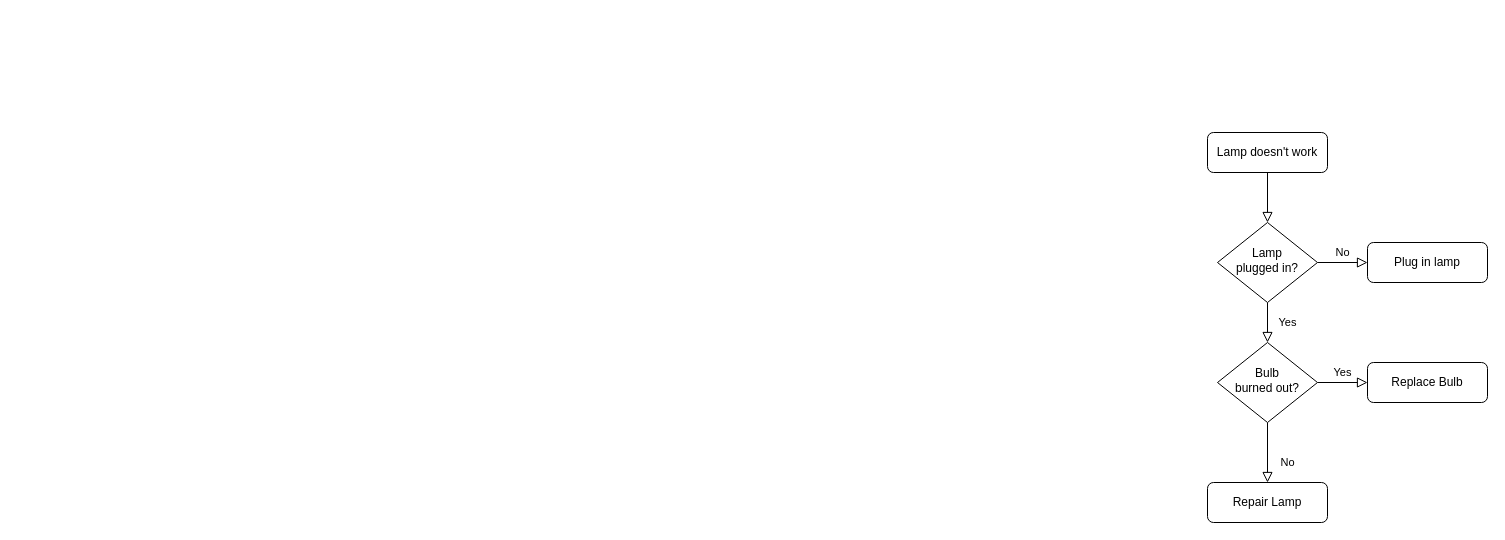
Above: 未命名绘图.drawio in ZhanyuanLi/yolov5_annotation (draw.io), before the change. Source tidied: cells renumbered, new cells numbered last; positions are measured from the earlier drawing's top-left corner, leaving out a move shared by most shapes. Both pictures are drawn from the tidied source at 100%, with x=0, y=0 at pixel (1207, 132).
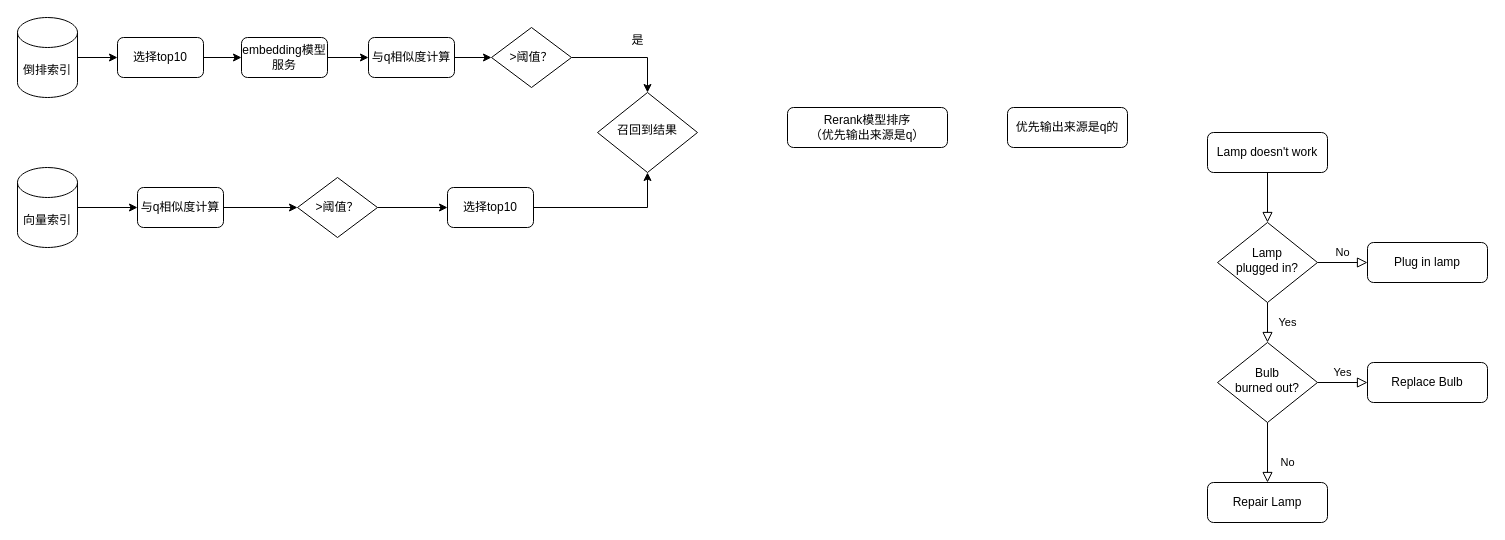
Above is the later version.

Change to the diagram source:
```diff
@@
+    <mxCell id="13" style="edgeStyle=orthogonalEdgeStyle;rounded=0;jettySize=auto;html=1;" parent="1" edge="1" source="14" target="22">
+      <mxGeometry relative="1" as="geometry" />
+    </mxCell>
+    <mxCell id="14" value="倒排索引" style="shape=cylinder3;whiteSpace=wrap;html=1;boundedLbl=1;backgroundOutline=1;size=15;" parent="1" vertex="1">
+      <mxGeometry x="-1190" y="-115" width="60" height="80" as="geometry" />
+    </mxCell>
+    <mxCell id="15" style="edgeStyle=orthogonalEdgeStyle;rounded=0;jettySize=auto;html=1;" parent="1" edge="1" source="16" target="26">
+      <mxGeometry relative="1" as="geometry" />
+    </mxCell>
+    <mxCell id="16" value="向量索引" style="shape=cylinder3;whiteSpace=wrap;html=1;boundedLbl=1;backgroundOutline=1;size=15;" parent="1" vertex="1">
+      <mxGeometry x="-1190" y="35" width="60" height="80" as="geometry" />
+    </mxCell>
+    <mxCell id="17" style="edgeStyle=orthogonalEdgeStyle;rounded=0;jettySize=auto;html=1;" parent="1" edge="1" source="18" target="24">
+      <mxGeometry relative="1" as="geometry" />
+    </mxCell>
+    <mxCell id="18" value="embedding模型服务" style="rounded=1;whiteSpace=wrap;html=1;fontSize=12;glass=0;strokeWidth=1;shadow=0;" parent="1" vertex="1">
+      <mxGeometry x="-966" y="-95" width="86" height="40" as="geometry" />
+    </mxCell>
+    <mxCell id="19" style="edgeStyle=orthogonalEdgeStyle;rounded=0;jettySize=auto;html=1;entryX=0.5;entryY=0;entryDx=0;entryDy=0;" parent="1" edge="1" source="20" target="33">
+      <mxGeometry relative="1" as="geometry" />
+    </mxCell>
+    <mxCell id="20" value="&amp;gt;阈值？" style="rhombus;whiteSpace=wrap;html=1;" parent="1" vertex="1">
+      <mxGeometry x="-716" y="-105" width="80" height="60" as="geometry" />
+    </mxCell>
+    <mxCell id="21" style="edgeStyle=orthogonalEdgeStyle;rounded=0;jettySize=auto;html=1;exitX=1;exitY=0.5;exitDx=0;exitDy=0;entryX=0;entryY=0.5;entryDx=0;entryDy=0;" parent="1" edge="1" source="22" target="18">
+      <mxGeometry relative="1" as="geometry" />
+    </mxCell>
+    <mxCell id="22" value="选择top10" style="rounded=1;whiteSpace=wrap;html=1;fontSize=12;glass=0;strokeWidth=1;shadow=0;" parent="1" vertex="1">
+      <mxGeometry x="-1090" y="-95" width="86" height="40" as="geometry" />
+    </mxCell>
+    <mxCell id="23" style="edgeStyle=orthogonalEdgeStyle;rounded=0;jettySize=auto;html=1;" parent="1" edge="1" source="24" target="20">
+      <mxGeometry relative="1" as="geometry" />
+    </mxCell>
+    <mxCell id="24" value="与q相似度计算" style="rounded=1;whiteSpace=wrap;html=1;fontSize=12;glass=0;strokeWidth=1;shadow=0;" parent="1" vertex="1">
+      <mxGeometry x="-839" y="-95" width="86" height="40" as="geometry" />
+    </mxCell>
+    <mxCell id="25" style="edgeStyle=orthogonalEdgeStyle;rounded=0;jettySize=auto;html=1;" parent="1" edge="1" source="26" target="28">
+      <mxGeometry relative="1" as="geometry" />
+    </mxCell>
+    <mxCell id="26" value="与q相似度计算" style="rounded=1;whiteSpace=wrap;html=1;fontSize=12;glass=0;strokeWidth=1;shadow=0;" parent="1" vertex="1">
+      <mxGeometry x="-1070" y="55" width="86" height="40" as="geometry" />
+    </mxCell>
+    <mxCell id="27" style="edgeStyle=orthogonalEdgeStyle;rounded=0;jettySize=auto;html=1;" parent="1" edge="1" source="28" target="30">
+      <mxGeometry relative="1" as="geometry" />
+    </mxCell>
+    <mxCell id="28" value="&amp;gt;阈值？" style="rhombus;whiteSpace=wrap;html=1;" parent="1" vertex="1">
+      <mxGeometry x="-910" y="45" width="80" height="60" as="geometry" />
+    </mxCell>
+    <mxCell id="29" style="edgeStyle=orthogonalEdgeStyle;rounded=0;jettySize=auto;html=1;" parent="1" edge="1" source="30" target="33">
+      <mxGeometry relative="1" as="geometry" />
+    </mxCell>
+    <mxCell id="30" value="选择top10" style="rounded=1;whiteSpace=wrap;html=1;fontSize=12;glass=0;strokeWidth=1;shadow=0;" parent="1" vertex="1">
+      <mxGeometry x="-760" y="55" width="86" height="40" as="geometry" />
+    </mxCell>
+    <mxCell id="31" value="Rerank模型排序&lt;br&gt;（优先输出来源是q）" style="rounded=1;whiteSpace=wrap;html=1;fontSize=12;glass=0;strokeWidth=1;shadow=0;" parent="1" vertex="1">
+      <mxGeometry x="-420" y="-25" width="160" height="40" as="geometry" />
+    </mxCell>
+    <mxCell id="32" value="优先输出来源是q的" style="rounded=1;whiteSpace=wrap;html=1;fontSize=12;glass=0;strokeWidth=1;shadow=0;" parent="1" vertex="1">
+      <mxGeometry x="-200" y="-25" width="120" height="40" as="geometry" />
+    </mxCell>
+    <mxCell id="33" value="召回到结果" style="rhombus;whiteSpace=wrap;html=1;shadow=0;fontFamily=Helvetica;fontSize=12;align=center;strokeWidth=1;spacing=6;spacingTop=-4;" parent="1" vertex="1">
+      <mxGeometry x="-610" y="-40" width="100" height="80" as="geometry" />
+    </mxCell>
+    <mxCell id="34" value="是" style="text;html=1;align=center;verticalAlign=middle;strokeColor=none;fillColor=none;" parent="1" vertex="1">
+      <mxGeometry x="-590" y="-107" width="40" height="30" as="geometry" />
+    </mxCell>
```
